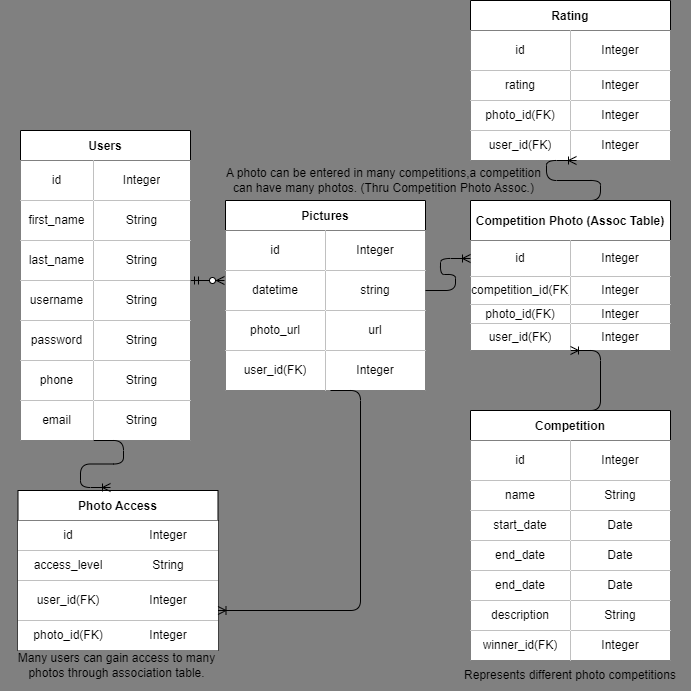
The draw.io diagram planning/database-schema.png in kcweise/wildlife, before a commit. Source tidied: cells renumbered, new cells last; positions are measured from the earlier drawing's top-left corner, leaving out a move shared by most shapes.
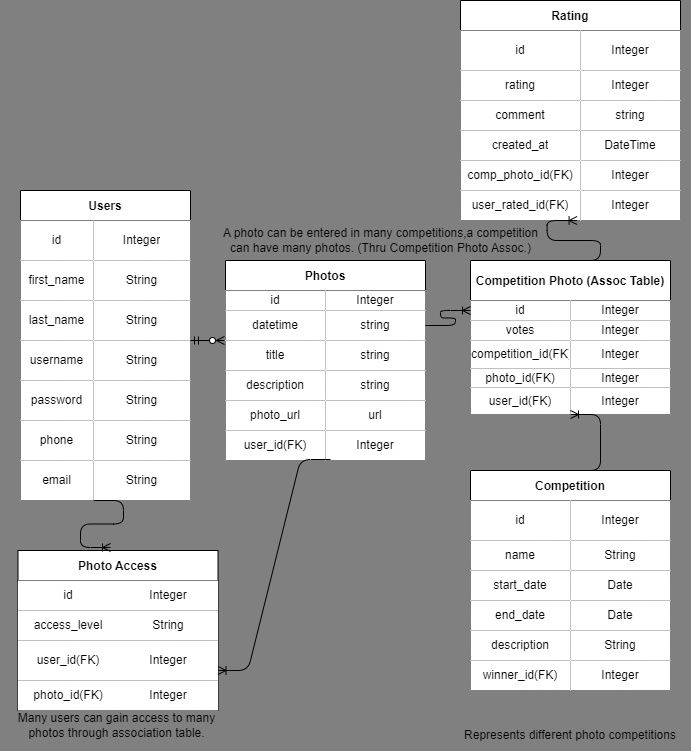
The same file after the commit.

Commit message:
Added relationships to models and updated database schema

What changed in the source:
```diff
@@ -68,59 +68,86 @@
     <mxCell id="23" value="String" style="shape=partialRectangle;html=1;whiteSpace=wrap;fillColor=default;top=0;left=0;bottom=0;right=0;overflow=hidden;" parent="21" vertex="1">
       <mxGeometry x="73" width="97" height="40" as="geometry" />
     </mxCell>
-    <mxCell id="24" value="Pictures" style="shape=table;startSize=30;fontStyle=1;align=center;" parent="1" vertex="1">
-      <mxGeometry x="225" y="200" width="200" height="190" as="geometry" />
+    <mxCell id="24" value="Photos" style="shape=table;startSize=30;fontStyle=1;align=center;" parent="1" vertex="1">
+      <mxGeometry x="225" y="200" width="200" height="200" as="geometry" />
     </mxCell>
     <mxCell id="25" style="shape=tableRow;horizontal=0;startSize=0;swimlaneHead=0;swimlaneBody=0;top=0;left=0;bottom=0;right=0;fillColor=none;" parent="24" vertex="1">
-      <mxGeometry y="30" width="200" height="40" as="geometry" />
+      <mxGeometry y="30" width="200" height="20" as="geometry" />
     </mxCell>
     <mxCell id="26" value="id" style="shape=partialRectangle;html=1;whiteSpace=wrap;fillColor=default;top=0;left=0;bottom=0;right=0;overflow=hidden;" parent="25" vertex="1">
-      <mxGeometry width="100" height="40" as="geometry" />
+      <mxGeometry width="100" height="20" as="geometry" />
     </mxCell>
     <mxCell id="27" value="Integer" style="shape=partialRectangle;html=1;whiteSpace=wrap;fillColor=default;top=0;left=0;bottom=0;right=0;overflow=hidden;" parent="25" vertex="1">
-      <mxGeometry x="100" width="100" height="40" as="geometry" />
+      <mxGeometry x="100" width="100" height="20" as="geometry" />
     </mxCell>
     <mxCell id="28" style="shape=tableRow;horizontal=0;startSize=0;swimlaneHead=0;swimlaneBody=0;top=0;left=0;bottom=0;right=0;fillColor=none;points=[[0,0.5],[1,0.5]];portConstraint=eastwest;" parent="24" vertex="1">
-      <mxGeometry y="70" width="200" height="40" as="geometry" />
+      <mxGeometry y="50" width="200" height="30" as="geometry" />
     </mxCell>
     <mxCell id="29" value="datetime" style="shape=partialRectangle;html=1;whiteSpace=wrap;fillColor=default;top=0;left=0;bottom=0;right=0;overflow=hidden;" parent="28" vertex="1">
-      <mxGeometry width="100" height="40" as="geometry" />
+      <mxGeometry width="100" height="30" as="geometry" />
     </mxCell>
     <mxCell id="30" value="string" style="shape=partialRectangle;html=1;whiteSpace=wrap;fillColor=default;top=0;left=0;bottom=0;right=0;overflow=hidden;" parent="28" vertex="1">
-      <mxGeometry x="100" width="100" height="40" as="geometry" />
+      <mxGeometry x="100" width="100" height="30" as="geometry" />
     </mxCell>
+    <mxCell id="107" style="shape=tableRow;horizontal=0;startSize=0;swimlaneHead=0;swimlaneBody=0;top=0;left=0;bottom=0;right=0;fillColor=none;" parent="24" vertex="1">
+      <mxGeometry y="80" width="200" height="30" as="geometry" />
+    </mxCell>
+    <mxCell id="108" value="title" style="shape=partialRectangle;html=1;whiteSpace=wrap;fillColor=default;top=0;left=0;bottom=0;right=0;overflow=hidden;" parent="107" vertex="1">
+      <mxGeometry width="100" height="30" as="geometry" />
+    </mxCell>
+    <mxCell id="109" value="string" style="shape=partialRectangle;html=1;whiteSpace=wrap;fillColor=default;top=0;left=0;bottom=0;right=0;overflow=hidden;" parent="107" vertex="1">
+      <mxGeometry x="100" width="100" height="30" as="geometry" />
+    </mxCell>
+    <mxCell id="110" style="shape=tableRow;horizontal=0;startSize=0;swimlaneHead=0;swimlaneBody=0;top=0;left=0;bottom=0;right=0;fillColor=none;" parent="24" vertex="1">
+      <mxGeometry y="110" width="200" height="30" as="geometry" />
+    </mxCell>
+    <mxCell id="111" value="description" style="shape=partialRectangle;html=1;whiteSpace=wrap;fillColor=default;top=0;left=0;bottom=0;right=0;overflow=hidden;" parent="110" vertex="1">
+      <mxGeometry width="100" height="30" as="geometry" />
+    </mxCell>
+    <mxCell id="112" value="string" style="shape=partialRectangle;html=1;whiteSpace=wrap;fillColor=default;top=0;left=0;bottom=0;right=0;overflow=hidden;" parent="110" vertex="1">
+      <mxGeometry x="100" width="100" height="30" as="geometry" />
+    </mxCell>
     <mxCell id="31" style="shape=tableRow;horizontal=0;startSize=0;swimlaneHead=0;swimlaneBody=0;top=0;left=0;bottom=0;right=0;fillColor=none;" parent="24" vertex="1">
-      <mxGeometry y="110" width="200" height="40" as="geometry" />
+      <mxGeometry y="140" width="200" height="30" as="geometry" />
     </mxCell>
     <mxCell id="32" value="photo_url" style="shape=partialRectangle;html=1;whiteSpace=wrap;fillColor=default;top=0;left=0;bottom=0;right=0;overflow=hidden;" parent="31" vertex="1">
-      <mxGeometry width="100" height="40" as="geometry" />
+      <mxGeometry width="100" height="30" as="geometry" />
     </mxCell>
     <mxCell id="33" value="url" style="shape=partialRectangle;html=1;whiteSpace=wrap;fillColor=default;top=0;left=0;bottom=0;right=0;overflow=hidden;" parent="31" vertex="1">
-      <mxGeometry x="100" width="100" height="40" as="geometry" />
+      <mxGeometry x="100" width="100" height="30" as="geometry" />
     </mxCell>
     <mxCell id="34" style="shape=tableRow;horizontal=0;startSize=0;swimlaneHead=0;swimlaneBody=0;top=0;left=0;bottom=0;right=0;fillColor=none;points=[[0,0.5],[1,0.5]];portConstraint=eastwest;" parent="24" vertex="1">
-      <mxGeometry y="150" width="200" height="40" as="geometry" />
+      <mxGeometry y="170" width="200" height="30" as="geometry" />
     </mxCell>
     <mxCell id="35" value="user_id(FK)" style="shape=partialRectangle;html=1;whiteSpace=wrap;fillColor=default;top=0;left=0;bottom=0;right=0;overflow=hidden;" parent="34" vertex="1">
-      <mxGeometry width="100" height="40" as="geometry" />
+      <mxGeometry width="100" height="30" as="geometry" />
     </mxCell>
     <mxCell id="36" value="Integer" style="shape=partialRectangle;html=1;whiteSpace=wrap;fillColor=default;top=0;left=0;bottom=0;right=0;overflow=hidden;" parent="34" vertex="1">
-      <mxGeometry x="100" width="100" height="40" as="geometry" />
+      <mxGeometry x="100" width="100" height="30" as="geometry" />
     </mxCell>
     <mxCell id="37" value="Competition Photo (Assoc Table)" style="shape=table;startSize=40;fontStyle=1;align=center;fillColor=default;" parent="1" vertex="1">
-      <mxGeometry x="470" y="200" width="200" height="150" as="geometry" />
+      <mxGeometry x="470" y="200" width="200" height="154" as="geometry" />
     </mxCell>
     <mxCell id="38" style="shape=tableRow;horizontal=0;startSize=0;swimlaneHead=0;swimlaneBody=0;top=0;left=0;bottom=0;right=0;fillColor=none;points=[[0,0.5],[1,0.5]];portConstraint=eastwest;" parent="37" vertex="1">
-      <mxGeometry y="40" width="200" height="36" as="geometry" />
+      <mxGeometry y="40" width="200" height="20" as="geometry" />
     </mxCell>
     <mxCell id="39" value="id" style="shape=partialRectangle;html=1;whiteSpace=wrap;fillColor=default;top=0;left=0;bottom=0;right=0;overflow=hidden;" parent="38" vertex="1">
-      <mxGeometry width="100" height="36" as="geometry" />
+      <mxGeometry width="100" height="20" as="geometry" />
     </mxCell>
     <mxCell id="40" value="Integer" style="shape=partialRectangle;html=1;whiteSpace=wrap;fillColor=default;top=0;left=0;bottom=0;right=0;overflow=hidden;" parent="38" vertex="1">
-      <mxGeometry x="100" width="100" height="36" as="geometry" />
+      <mxGeometry x="100" width="100" height="20" as="geometry" />
     </mxCell>
+    <mxCell id="113" style="shape=tableRow;horizontal=0;startSize=0;swimlaneHead=0;swimlaneBody=0;top=0;left=0;bottom=0;right=0;fillColor=none;" parent="37" vertex="1">
+      <mxGeometry y="60" width="200" height="20" as="geometry" />
+    </mxCell>
+    <mxCell id="114" value="votes" style="shape=partialRectangle;html=1;whiteSpace=wrap;fillColor=default;top=0;left=0;bottom=0;right=0;overflow=hidden;" parent="113" vertex="1">
+      <mxGeometry width="100" height="20" as="geometry" />
+    </mxCell>
+    <mxCell id="115" value="Integer" style="shape=partialRectangle;html=1;whiteSpace=wrap;fillColor=default;top=0;left=0;bottom=0;right=0;overflow=hidden;" parent="113" vertex="1">
+      <mxGeometry x="100" width="100" height="20" as="geometry" />
+    </mxCell>
     <mxCell id="41" style="shape=tableRow;horizontal=0;startSize=0;swimlaneHead=0;swimlaneBody=0;top=0;left=0;bottom=0;right=0;fillColor=none;strokeColor=none;swimlaneLine=0;" parent="37" vertex="1">
-      <mxGeometry y="76" width="200" height="28" as="geometry" />
+      <mxGeometry y="80" width="200" height="28" as="geometry" />
     </mxCell>
     <mxCell id="42" value="competition_id(FK)" style="shape=partialRectangle;html=1;whiteSpace=wrap;fillColor=default;top=0;left=0;bottom=0;right=0;overflow=hidden;" parent="41" vertex="1">
       <mxGeometry width="100" height="28" as="geometry" />
@@ -129,7 +156,7 @@
       <mxGeometry x="100" width="100" height="28" as="geometry" />
     </mxCell>
     <mxCell id="44" style="shape=tableRow;horizontal=0;startSize=0;swimlaneHead=0;swimlaneBody=0;top=0;left=0;bottom=0;right=0;fillColor=none;strokeColor=none;swimlaneLine=0;" parent="37" vertex="1">
-      <mxGeometry y="104" width="200" height="19" as="geometry" />
+      <mxGeometry y="108" width="200" height="19" as="geometry" />
     </mxCell>
     <mxCell id="45" value="photo_id(FK)" style="shape=partialRectangle;html=1;whiteSpace=wrap;fillColor=default;top=0;left=0;bottom=0;right=0;overflow=hidden;" parent="44" vertex="1">
       <mxGeometry width="100" height="19" as="geometry" />
@@ -138,7 +165,7 @@
       <mxGeometry x="100" width="100" height="19" as="geometry" />
     </mxCell>
     <mxCell id="47" style="shape=tableRow;horizontal=0;startSize=0;swimlaneHead=0;swimlaneBody=0;top=0;left=0;bottom=0;right=0;fillColor=none;strokeColor=none;swimlaneLine=0;" parent="37" vertex="1">
-      <mxGeometry y="123" width="200" height="27" as="geometry" />
+      <mxGeometry y="127" width="200" height="27" as="geometry" />
     </mxCell>
     <mxCell id="48" value="user_id(FK)" style="shape=partialRectangle;html=1;whiteSpace=wrap;fillColor=default;top=0;left=0;bottom=0;right=0;overflow=hidden;" parent="47" vertex="1">
       <mxGeometry width="100" height="27" as="geometry" />
@@ -186,46 +213,64 @@
       <mxGeometry x="100" width="100" height="30" as="geometry" />
     </mxCell>
     <mxCell id="63" value="Rating" style="shape=table;startSize=30;fontStyle=1;align=center;fillColor=default;" parent="1" vertex="1">
-      <mxGeometry x="470" width="200" height="160" as="geometry" />
+      <mxGeometry x="460" y="-60" width="220" height="220" as="geometry" />
     </mxCell>
     <mxCell id="64" style="shape=tableRow;horizontal=0;startSize=0;swimlaneHead=0;swimlaneBody=0;top=0;left=0;bottom=0;right=0;fillColor=none;" parent="63" vertex="1">
-      <mxGeometry y="30" width="200" height="40" as="geometry" />
+      <mxGeometry y="30" width="220" height="40" as="geometry" />
     </mxCell>
     <mxCell id="65" value="id" style="shape=partialRectangle;html=1;whiteSpace=wrap;fillColor=default;top=0;left=0;bottom=0;right=0;overflow=hidden;" parent="64" vertex="1">
-      <mxGeometry width="100" height="40" as="geometry" />
+      <mxGeometry width="120" height="40" as="geometry" />
     </mxCell>
     <mxCell id="66" value="Integer" style="shape=partialRectangle;html=1;whiteSpace=wrap;fillColor=default;top=0;left=0;bottom=0;right=0;overflow=hidden;" parent="64" vertex="1">
-      <mxGeometry x="100" width="100" height="40" as="geometry" />
+      <mxGeometry x="120" width="100" height="40" as="geometry" />
     </mxCell>
     <mxCell id="67" style="shape=tableRow;horizontal=0;startSize=0;swimlaneHead=0;swimlaneBody=0;top=0;left=0;bottom=0;right=0;fillColor=none;strokeColor=none;swimlaneLine=0;" parent="63" vertex="1">
-      <mxGeometry y="70" width="200" height="30" as="geometry" />
+      <mxGeometry y="70" width="220" height="30" as="geometry" />
     </mxCell>
     <mxCell id="68" value="rating" style="shape=partialRectangle;html=1;whiteSpace=wrap;fillColor=default;top=0;left=0;bottom=0;right=0;overflow=hidden;" parent="67" vertex="1">
-      <mxGeometry width="100" height="30" as="geometry" />
+      <mxGeometry width="120" height="30" as="geometry" />
     </mxCell>
     <mxCell id="69" value="Integer" style="shape=partialRectangle;html=1;whiteSpace=wrap;fillColor=default;top=0;left=0;bottom=0;right=0;overflow=hidden;" parent="67" vertex="1">
-      <mxGeometry x="100" width="100" height="30" as="geometry" />
+      <mxGeometry x="120" width="100" height="30" as="geometry" />
     </mxCell>
+    <mxCell id="116" style="shape=tableRow;horizontal=0;startSize=0;swimlaneHead=0;swimlaneBody=0;top=0;left=0;bottom=0;right=0;fillColor=none;strokeColor=none;swimlaneLine=0;" parent="63" vertex="1">
+      <mxGeometry y="100" width="220" height="30" as="geometry" />
+    </mxCell>
+    <mxCell id="117" value="comment" style="shape=partialRectangle;html=1;whiteSpace=wrap;fillColor=default;top=0;left=0;bottom=0;right=0;overflow=hidden;" parent="116" vertex="1">
+      <mxGeometry width="120" height="30" as="geometry" />
+    </mxCell>
+    <mxCell id="118" value="string" style="shape=partialRectangle;html=1;whiteSpace=wrap;fillColor=default;top=0;left=0;bottom=0;right=0;overflow=hidden;" parent="116" vertex="1">
+      <mxGeometry x="120" width="100" height="30" as="geometry" />
+    </mxCell>
+    <mxCell id="119" style="shape=tableRow;horizontal=0;startSize=0;swimlaneHead=0;swimlaneBody=0;top=0;left=0;bottom=0;right=0;fillColor=none;strokeColor=none;swimlaneLine=0;" parent="63" vertex="1">
+      <mxGeometry y="130" width="220" height="30" as="geometry" />
+    </mxCell>
+    <mxCell id="120" value="created_at" style="shape=partialRectangle;html=1;whiteSpace=wrap;fillColor=default;top=0;left=0;bottom=0;right=0;overflow=hidden;" parent="119" vertex="1">
+      <mxGeometry width="120" height="30" as="geometry" />
+    </mxCell>
+    <mxCell id="121" value="DateTime" style="shape=partialRectangle;html=1;whiteSpace=wrap;fillColor=default;top=0;left=0;bottom=0;right=0;overflow=hidden;" parent="119" vertex="1">
+      <mxGeometry x="120" width="100" height="30" as="geometry" />
+    </mxCell>
     <mxCell id="70" style="shape=tableRow;horizontal=0;startSize=0;swimlaneHead=0;swimlaneBody=0;top=0;left=0;bottom=0;right=0;fillColor=none;strokeColor=none;swimlaneLine=0;" parent="63" vertex="1">
-      <mxGeometry y="100" width="200" height="30" as="geometry" />
+      <mxGeometry y="160" width="220" height="30" as="geometry" />
     </mxCell>
-    <mxCell id="71" value="photo_id(FK)" style="shape=partialRectangle;html=1;whiteSpace=wrap;fillColor=default;top=0;left=0;bottom=0;right=0;overflow=hidden;" parent="70" vertex="1">
-      <mxGeometry width="100" height="30" as="geometry" />
+    <mxCell id="71" value="comp_photo_id(FK)" style="shape=partialRectangle;html=1;whiteSpace=wrap;fillColor=default;top=0;left=0;bottom=0;right=0;overflow=hidden;" parent="70" vertex="1">
+      <mxGeometry width="120" height="30" as="geometry" />
     </mxCell>
     <mxCell id="72" value="Integer" style="shape=partialRectangle;html=1;whiteSpace=wrap;fillColor=default;top=0;left=0;bottom=0;right=0;overflow=hidden;" parent="70" vertex="1">
-      <mxGeometry x="100" width="100" height="30" as="geometry" />
+      <mxGeometry x="120" width="100" height="30" as="geometry" />
     </mxCell>
     <mxCell id="73" style="shape=tableRow;horizontal=0;startSize=0;swimlaneHead=0;swimlaneBody=0;top=0;left=0;bottom=0;right=0;fillColor=none;points=[[0,0.5],[1,0.5]];portConstraint=eastwest;strokeColor=none;swimlaneLine=0;" parent="63" vertex="1">
-      <mxGeometry y="130" width="200" height="30" as="geometry" />
+      <mxGeometry y="190" width="220" height="30" as="geometry" />
     </mxCell>
-    <mxCell id="74" value="user_id(FK)" style="shape=partialRectangle;html=1;whiteSpace=wrap;fillColor=default;top=0;left=0;bottom=0;right=0;overflow=hidden;" parent="73" vertex="1">
-      <mxGeometry width="100" height="30" as="geometry" />
+    <mxCell id="74" value="user_rated_id(FK)" style="shape=partialRectangle;html=1;whiteSpace=wrap;fillColor=default;top=0;left=0;bottom=0;right=0;overflow=hidden;" parent="73" vertex="1">
+      <mxGeometry width="120" height="30" as="geometry" />
     </mxCell>
     <mxCell id="75" value="Integer" style="shape=partialRectangle;html=1;whiteSpace=wrap;fillColor=default;top=0;left=0;bottom=0;right=0;overflow=hidden;" parent="73" vertex="1">
-      <mxGeometry x="100" width="100" height="30" as="geometry" />
+      <mxGeometry x="120" width="100" height="30" as="geometry" />
     </mxCell>
     <mxCell id="76" value="Competition" style="shape=table;startSize=30;fontStyle=1;align=center;fillColor=default;" parent="1" vertex="1">
-      <mxGeometry x="470" y="410" width="200" height="250" as="geometry" />
+      <mxGeometry x="470" y="410" width="200" height="220" as="geometry" />
     </mxCell>
     <mxCell id="77" style="shape=tableRow;horizontal=0;startSize=0;swimlaneHead=0;swimlaneBody=0;top=0;left=0;bottom=0;right=0;fillColor=none;" parent="76" vertex="1">
       <mxGeometry y="30" width="200" height="40" as="geometry" />
@@ -263,17 +308,8 @@
     <mxCell id="88" value="Date" style="shape=partialRectangle;html=1;whiteSpace=wrap;fillColor=default;top=0;left=0;bottom=0;right=0;overflow=hidden;" parent="86" vertex="1">
       <mxGeometry x="100" width="100" height="30" as="geometry" />
     </mxCell>
-    <mxCell id="89" style="shape=tableRow;horizontal=0;startSize=0;swimlaneHead=0;swimlaneBody=0;top=0;left=0;bottom=0;right=0;fillColor=none;strokeColor=none;swimlaneLine=0;" parent="76" vertex="1">
-      <mxGeometry y="160" width="200" height="30" as="geometry" />
-    </mxCell>
-    <mxCell id="90" value="end_date" style="shape=partialRectangle;html=1;whiteSpace=wrap;fillColor=default;top=0;left=0;bottom=0;right=0;overflow=hidden;" parent="89" vertex="1">
-      <mxGeometry width="100" height="30" as="geometry" />
-    </mxCell>
-    <mxCell id="91" value="Date" style="shape=partialRectangle;html=1;whiteSpace=wrap;fillColor=default;top=0;left=0;bottom=0;right=0;overflow=hidden;" parent="89" vertex="1">
-      <mxGeometry x="100" width="100" height="30" as="geometry" />
-    </mxCell>
     <mxCell id="92" style="shape=tableRow;horizontal=0;startSize=0;swimlaneHead=0;swimlaneBody=0;top=0;left=0;bottom=0;right=0;fillColor=none;strokeColor=none;swimlaneLine=0;" parent="76" vertex="1">
-      <mxGeometry y="190" width="200" height="30" as="geometry" />
+      <mxGeometry y="160" width="200" height="30" as="geometry" />
     </mxCell>
     <mxCell id="93" value="description" style="shape=partialRectangle;html=1;whiteSpace=wrap;fillColor=default;top=0;left=0;bottom=0;right=0;overflow=hidden;" parent="92" vertex="1">
       <mxGeometry width="100" height="30" as="geometry" />
@@ -282,7 +318,7 @@
       <mxGeometry x="100" width="100" height="30" as="geometry" />
     </mxCell>
     <mxCell id="95" style="shape=tableRow;horizontal=0;startSize=0;swimlaneHead=0;swimlaneBody=0;top=0;left=0;bottom=0;right=0;fillColor=none;strokeColor=none;swimlaneLine=0;" parent="76" vertex="1">
-      <mxGeometry y="220" width="200" height="30" as="geometry" />
+      <mxGeometry y="190" width="200" height="30" as="geometry" />
     </mxCell>
     <mxCell id="96" value="winner_id(FK)" style="shape=partialRectangle;html=1;whiteSpace=wrap;fillColor=default;top=0;left=0;bottom=0;right=0;overflow=hidden;" parent="95" vertex="1">
       <mxGeometry width="100" height="30" as="geometry" />
@@ -302,7 +338,7 @@
       <mxGeometry x="450" y="660" width="240" height="30" as="geometry" />
     </mxCell>
     <mxCell id="101" value="A photo can be entered in many competitions,a competition &lt;br&gt;can have many photos. (Thru Competition Photo Assoc.)" style="text;html=1;align=center;verticalAlign=middle;strokeColor=none;fillColor=none;" parent="1" vertex="1">
-      <mxGeometry x="212.5" y="160" width="340" height="40" as="geometry" />
+      <mxGeometry x="210" y="160" width="340" height="40" as="geometry" />
     </mxCell>
     <mxCell id="102" style="edgeStyle=entityRelationEdgeStyle;fontSize=12;html=1;endArrow=ERoneToMany;exitX=1;exitY=0.5;exitDx=0;exitDy=0;entryX=0;entryY=0.5;entryDx=0;entryDy=0;" parent="1" edge="1" source="28" target="38">
       <mxGeometry relative="1" as="geometry" />
@@ -310,10 +346,8 @@
     <mxCell id="103" style="edgeStyle=entityRelationEdgeStyle;fontSize=12;html=1;endArrow=ERoneToMany;exitX=0.5;exitY=0;exitDx=0;exitDy=0;entryX=0.5;entryY=1;entryDx=0;entryDy=0;" parent="1" edge="1" source="76" target="37">
       <mxGeometry relative="1" as="geometry" />
     </mxCell>
-    <mxCell id="104" style="edgeStyle=entityRelationEdgeStyle;fontSize=12;html=1;endArrow=ERoneToMany;entryX=1;entryY=0.75;entryDx=0;entryDy=0;" parent="1" edge="1" target="50">
-      <mxGeometry relative="1" as="geometry">
-        <mxPoint x="330" y="390" as="sourcePoint" />
-      </mxGeometry>
+    <mxCell id="104" style="edgeStyle=entityRelationEdgeStyle;fontSize=12;html=1;endArrow=ERoneToMany;entryX=1;entryY=0.75;entryDx=0;entryDy=0;exitX=0.525;exitY=0.967;exitDx=0;exitDy=0;exitPerimeter=0;" parent="1" edge="1" source="34" target="50">
+      <mxGeometry relative="1" as="geometry" />
     </mxCell>
     <mxCell id="105" style="edgeStyle=entityRelationEdgeStyle;fontSize=12;html=1;endArrow=ERoneToMany;entryX=0.53;entryY=1;entryDx=0;entryDy=0;entryPerimeter=0;exitX=0.5;exitY=0;exitDx=0;exitDy=0;" parent="1" edge="1" source="37" target="73">
       <mxGeometry relative="1" as="geometry" />
```
